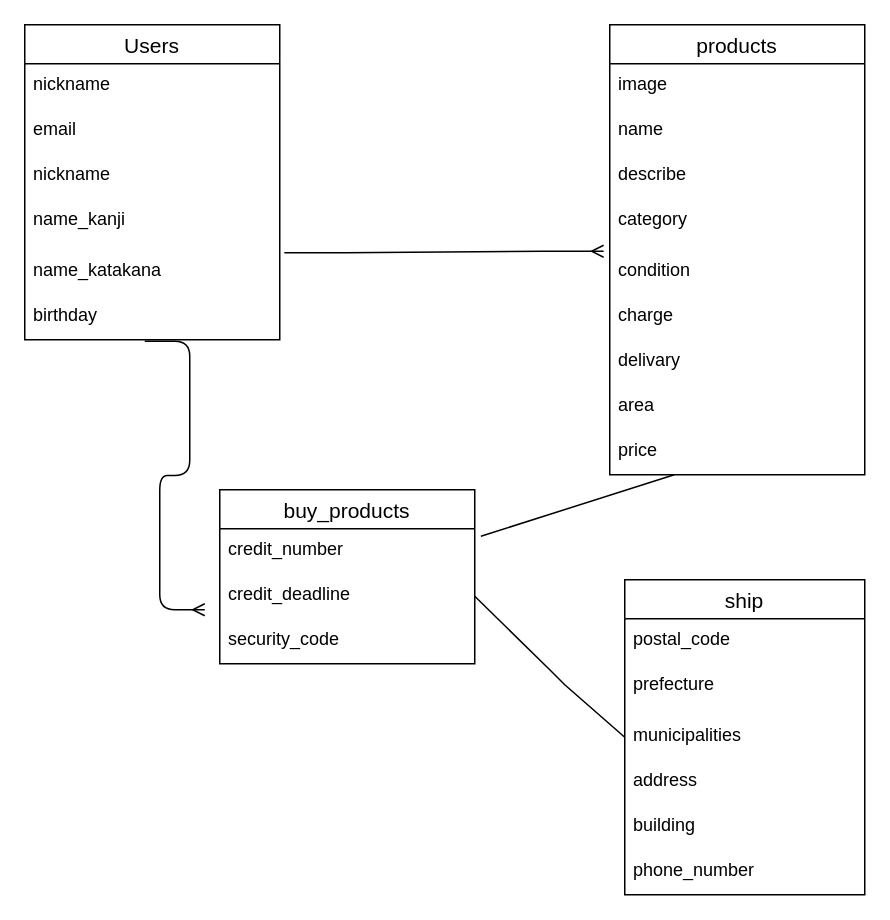
danburudoa/furima-34808 keeps this draw.io diagram as test.dio. Above is the earlier version. Source tidied: cells renumbered, new cells numbered last; positions are measured from the earlier drawing's top-left corner, leaving out a move shared by most shapes. Both pictures are drawn from the tidied source at 150%, with x=0, y=0 at pixel (24, 24).
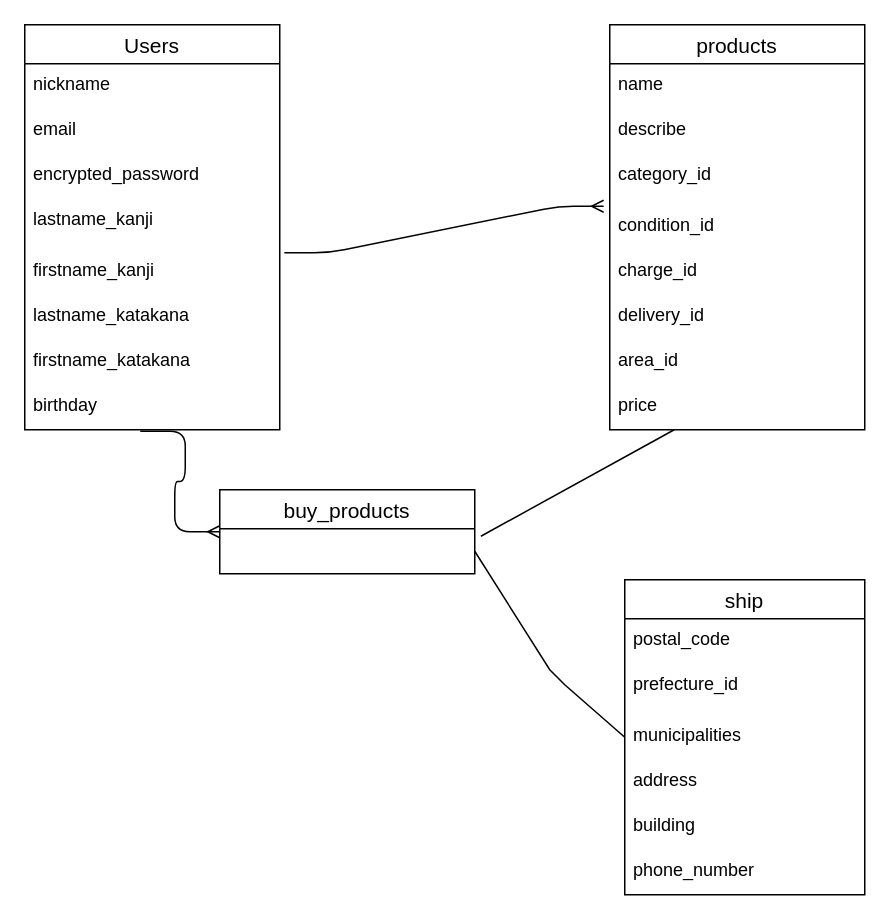
After the change.

Unchanged cells that the change refers to:
```xml
<mxCell id="26" value="ship" style="swimlane;fontStyle=0;horizontal=1;startSize=26;align=center;fontSize=14;" parent="1" vertex="1">
  <mxGeometry x="400" y="370" width="160" height="210" as="geometry" />
</mxCell>
<mxCell id="29" value="municipalities" style="text;strokeColor=none;fillColor=none;spacingLeft=4;spacingRight=4;overflow=hidden;points=[[0,0.5],[1,0.5]];portConstraint=eastwest;fontSize=12;" parent="26" vertex="1">
  <mxGeometry y="90" width="160" height="30" as="geometry" />
</mxCell>
```

Change to the diagram source:
```diff
@@
     <mxCell id="2" value="Users" style="swimlane;fontStyle=0;horizontal=1;startSize=26;align=center;fontSize=14;" parent="1" vertex="1">
-      <mxGeometry width="170" height="210" as="geometry" />
+      <mxGeometry width="170" height="270" as="geometry" />
     </mxCell>
@@
-    <mxCell id="5" value="nickname" style="text;strokeColor=none;fillColor=none;spacingLeft=4;spacingRight=4;overflow=hidden;fontSize=12;" parent="2" vertex="1">
+    <mxCell id="5" value="encrypted_password" style="text;strokeColor=none;fillColor=none;spacingLeft=4;spacingRight=4;overflow=hidden;fontSize=12;" parent="2" vertex="1">
       <mxGeometry y="86" width="170" height="30" as="geometry" />
     </mxCell>
-    <mxCell id="6" value="name_kanji" style="text;strokeColor=none;fillColor=none;spacingLeft=4;spacingRight=4;overflow=hidden;fontSize=12;" parent="2" vertex="1">
+    <mxCell id="6" value="lastname_kanji" style="text;strokeColor=none;fillColor=none;spacingLeft=4;spacingRight=4;overflow=hidden;fontSize=12;" parent="2" vertex="1">
       <mxGeometry y="116" width="170" height="34" as="geometry" />
     </mxCell>
-    <mxCell id="7" value="name_katakana" style="text;strokeColor=none;fillColor=none;spacingLeft=4;spacingRight=4;overflow=hidden;points=[[0,0.5],[1,0.5]];portConstraint=eastwest;fontSize=12;" parent="2" vertex="1">
+    <mxCell id="7" value="firstname_kanji" style="text;strokeColor=none;fillColor=none;spacingLeft=4;spacingRight=4;overflow=hidden;points=[[0,0.5],[1,0.5]];portConstraint=eastwest;fontSize=12;" parent="2" vertex="1">
       <mxGeometry y="150" width="170" height="30" as="geometry" />
     </mxCell>
+    <mxCell id="34" value="lastname_katakana" style="text;strokeColor=none;fillColor=none;spacingLeft=4;spacingRight=4;overflow=hidden;fontSize=12;" parent="2" vertex="1">
+      <mxGeometry y="180" width="170" height="30" as="geometry" />
+    </mxCell>
+    <mxCell id="35" value="firstname_katakana" style="text;strokeColor=none;fillColor=none;spacingLeft=4;spacingRight=4;overflow=hidden;fontSize=12;" parent="2" vertex="1">
+      <mxGeometry y="210" width="170" height="30" as="geometry" />
+    </mxCell>
     <mxCell id="8" value="birthday" style="text;strokeColor=none;fillColor=none;spacingLeft=4;spacingRight=4;overflow=hidden;points=[[0,0.5],[1,0.5]];portConstraint=eastwest;fontSize=12;" parent="2" vertex="1">
-      <mxGeometry y="180" width="170" height="30" as="geometry" />
+      <mxGeometry y="240" width="170" height="30" as="geometry" />
     </mxCell>
-    <mxCell id="9" style="edgeStyle=entityRelationEdgeStyle;fontSize=12;html=1;endArrow=ERmany;exitX=1.018;exitY=0.067;exitDx=0;exitDy=0;exitPerimeter=0;" parent="2" edge="1">
-      <mxGeometry relative="1" as="geometry">
-        <mxPoint x="80" y="211" as="sourcePoint" />
-        <mxPoint x="120" y="390" as="targetPoint" />
-      </mxGeometry>
-    </mxCell>
     <mxCell id="10" value="products" style="swimlane;fontStyle=0;horizontal=1;startSize=26;align=center;fontSize=14;" parent="1" vertex="1">
-      <mxGeometry x="390" width="170" height="300" as="geometry" />
+      <mxGeometry x="390" width="170" height="270" as="geometry" />
     </mxCell>
-    <mxCell id="11" value="image" style="text;strokeColor=none;fillColor=none;spacingLeft=4;spacingRight=4;overflow=hidden;fontSize=12;" parent="10" vertex="1">
-      <mxGeometry y="26" width="170" height="30" as="geometry" />
-    </mxCell>
     <mxCell id="12" value="name" style="text;strokeColor=none;fillColor=none;spacingLeft=4;spacingRight=4;overflow=hidden;fontSize=12;" parent="10" vertex="1">
-      <mxGeometry y="56" width="170" height="30" as="geometry" />
+      <mxGeometry y="26" width="170" height="30" as="geometry" />
     </mxCell>
     <mxCell id="13" value="describe" style="text;strokeColor=none;fillColor=none;spacingLeft=4;spacingRight=4;overflow=hidden;fontSize=12;" parent="10" vertex="1">
-      <mxGeometry y="86" width="170" height="30" as="geometry" />
+      <mxGeometry y="56" width="170" height="30" as="geometry" />
     </mxCell>
-    <mxCell id="14" value="category" style="text;strokeColor=none;fillColor=none;spacingLeft=4;spacingRight=4;overflow=hidden;fontSize=12;" parent="10" vertex="1">
-      <mxGeometry y="116" width="170" height="34" as="geometry" />
+    <mxCell id="14" value="category_id" style="text;strokeColor=none;fillColor=none;spacingLeft=4;spacingRight=4;overflow=hidden;fontSize=12;" parent="10" vertex="1">
+      <mxGeometry y="86" width="170" height="34" as="geometry" />
     </mxCell>
-    <mxCell id="15" value="condition" style="text;strokeColor=none;fillColor=none;spacingLeft=4;spacingRight=4;overflow=hidden;points=[[0,0.5],[1,0.5]];portConstraint=eastwest;fontSize=12;" parent="10" vertex="1">
-      <mxGeometry y="150" width="170" height="30" as="geometry" />
+    <mxCell id="15" value="condition_id" style="text;strokeColor=none;fillColor=none;spacingLeft=4;spacingRight=4;overflow=hidden;points=[[0,0.5],[1,0.5]];portConstraint=eastwest;fontSize=12;" parent="10" vertex="1">
+      <mxGeometry y="120" width="170" height="30" as="geometry" />
     </mxCell>
-    <mxCell id="16" value="charge" style="text;strokeColor=none;fillColor=none;spacingLeft=4;spacingRight=4;overflow=hidden;fontSize=12;" parent="10" vertex="1">
-      <mxGeometry y="180" width="170" height="30" as="geometry" />
+    <mxCell id="16" value="charge_id" style="text;strokeColor=none;fillColor=none;spacingLeft=4;spacingRight=4;overflow=hidden;fontSize=12;" parent="10" vertex="1">
+      <mxGeometry y="150" width="170" height="30" as="geometry" />
     </mxCell>
-    <mxCell id="17" value="delivary" style="text;strokeColor=none;fillColor=none;spacingLeft=4;spacingRight=4;overflow=hidden;fontSize=12;" parent="10" vertex="1">
-      <mxGeometry y="210" width="170" height="30" as="geometry" />
+    <mxCell id="17" value="delivery_id" style="text;strokeColor=none;fillColor=none;spacingLeft=4;spacingRight=4;overflow=hidden;fontSize=12;" parent="10" vertex="1">
+      <mxGeometry y="180" width="170" height="30" as="geometry" />
     </mxCell>
-    <mxCell id="18" value="area" style="text;strokeColor=none;fillColor=none;spacingLeft=4;spacingRight=4;overflow=hidden;fontSize=12;" parent="10" vertex="1">
-      <mxGeometry y="240" width="170" height="30" as="geometry" />
+    <mxCell id="18" value="area_id" style="text;strokeColor=none;fillColor=none;spacingLeft=4;spacingRight=4;overflow=hidden;fontSize=12;" parent="10" vertex="1">
+      <mxGeometry y="210" width="170" height="30" as="geometry" />
     </mxCell>
     <mxCell id="19" value="price" style="text;strokeColor=none;fillColor=none;spacingLeft=4;spacingRight=4;overflow=hidden;points=[[0,0.5],[1,0.5]];portConstraint=eastwest;fontSize=12;" parent="10" vertex="1">
-      <mxGeometry y="270" width="170" height="30" as="geometry" />
+      <mxGeometry y="240" width="170" height="30" as="geometry" />
     </mxCell>
     <mxCell id="20" value="buy_products" style="swimlane;fontStyle=0;horizontal=1;startSize=26;align=center;fontSize=14;" parent="1" vertex="1">
-      <mxGeometry x="130" y="310" width="170" height="116" as="geometry" />
+      <mxGeometry x="130" y="310" width="170" height="56" as="geometry" />
     </mxCell>
-    <mxCell id="21" value="credit_number" style="text;strokeColor=none;fillColor=none;spacingLeft=4;spacingRight=4;overflow=hidden;points=[[0,0.5],[1,0.5]];portConstraint=eastwest;fontSize=12;" parent="20" vertex="1">
-      <mxGeometry y="26" width="170" height="30" as="geometry" />
-    </mxCell>
-    <mxCell id="22" value="credit_deadline" style="text;strokeColor=none;fillColor=none;spacingLeft=4;spacingRight=4;overflow=hidden;points=[[0,0.5],[1,0.5]];portConstraint=eastwest;fontSize=12;" parent="20" vertex="1">
-      <mxGeometry y="56" width="170" height="30" as="geometry" />
-    </mxCell>
-    <mxCell id="23" value="security_code" style="text;strokeColor=none;fillColor=none;spacingLeft=4;spacingRight=4;overflow=hidden;fontSize=12;" parent="20" vertex="1">
-      <mxGeometry y="86" width="170" height="30" as="geometry" />
-    </mxCell>
@@
-    <mxCell id="25" style="endArrow=none;html=1;rounded=0;exitX=0.253;exitY=1;exitDx=0;exitDy=0;exitPerimeter=0;entryX=1.024;entryY=0.167;entryDx=0;entryDy=0;entryPerimeter=0;" parent="1" edge="1" source="19" target="21">
-      <mxGeometry relative="1" as="geometry" />
+    <mxCell id="25" style="endArrow=none;html=1;rounded=0;exitX=0.253;exitY=1;exitDx=0;exitDy=0;exitPerimeter=0;entryX=1.024;entryY=0.167;entryDx=0;entryDy=0;entryPerimeter=0;" parent="1" edge="1" source="19">
+      <mxGeometry relative="1" as="geometry">
+        <mxPoint x="304.1" y="341" as="targetPoint" />
+      </mxGeometry>
     </mxCell>
@@
-    <mxCell id="28" value="prefecture" style="text;strokeColor=none;fillColor=none;spacingLeft=4;spacingRight=4;overflow=hidden;fontSize=12;" parent="26" vertex="1">
+    <mxCell id="28" value="prefecture_id" style="text;strokeColor=none;fillColor=none;spacingLeft=4;spacingRight=4;overflow=hidden;fontSize=12;" parent="26" vertex="1">
       <mxGeometry y="56" width="160" height="34" as="geometry" />
     </mxCell>
@@
-    <mxCell id="33" style="endArrow=none;html=1;rounded=0;exitX=0;exitY=0.5;exitDx=0;exitDy=0;entryX=1;entryY=0.5;entryDx=0;entryDy=0;" parent="1" edge="1" source="29" target="22">
+    <mxCell id="33" style="endArrow=none;html=1;rounded=0;exitX=0;exitY=0.5;exitDx=0;exitDy=0;entryX=1;entryY=0.5;entryDx=0;entryDy=0;" parent="1" edge="1" source="29">
       <mxGeometry relative="1" as="geometry">
+        <mxPoint x="300" y="351" as="targetPoint" />
         <Array as="points">
           <mxPoint x="360" y="440" />
           <mxPoint x="350" y="430" />
         </Array>
       </mxGeometry>
     </mxCell>
+    <mxCell id="36" style="edgeStyle=entityRelationEdgeStyle;fontSize=12;html=1;endArrow=ERmany;entryX=0;entryY=0.5;entryDx=0;entryDy=0;exitX=0.453;exitY=1.033;exitDx=0;exitDy=0;exitPerimeter=0;" parent="1" edge="1" source="8" target="20">
+      <mxGeometry relative="1" as="geometry" />
+    </mxCell>
```
